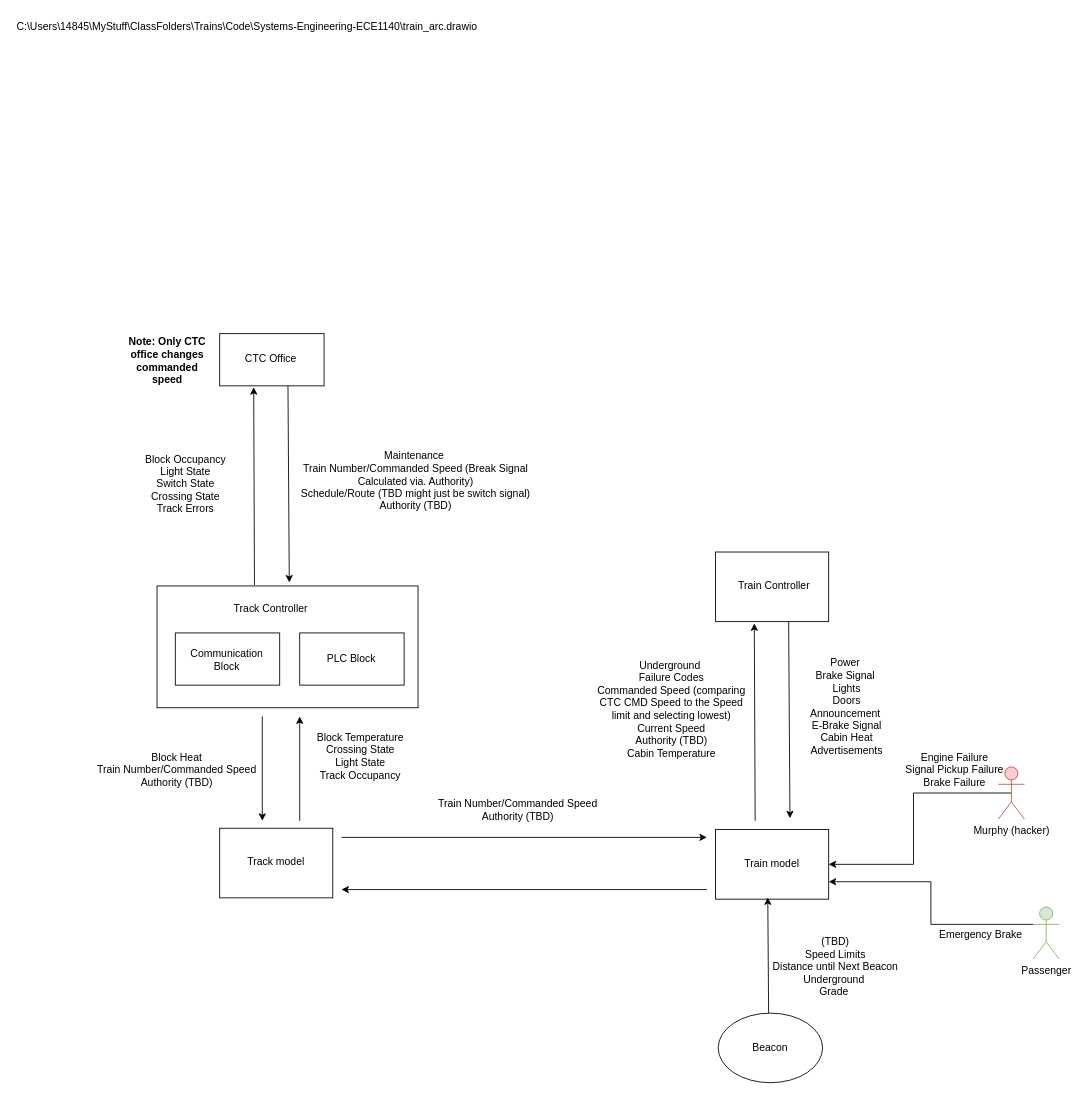
Before: Architecture_Group3.drawio in lao57/Systems-Engineering-ECE1140, a draw.io diagram. Source tidied: cells renumbered, new cells numbered last; positions are measured from the earlier drawing's top-left corner, leaving out a move shared by most shapes. Both pictures are drawn from the tidied source at 87%, with x=0, y=0 at pixel (15, 15).
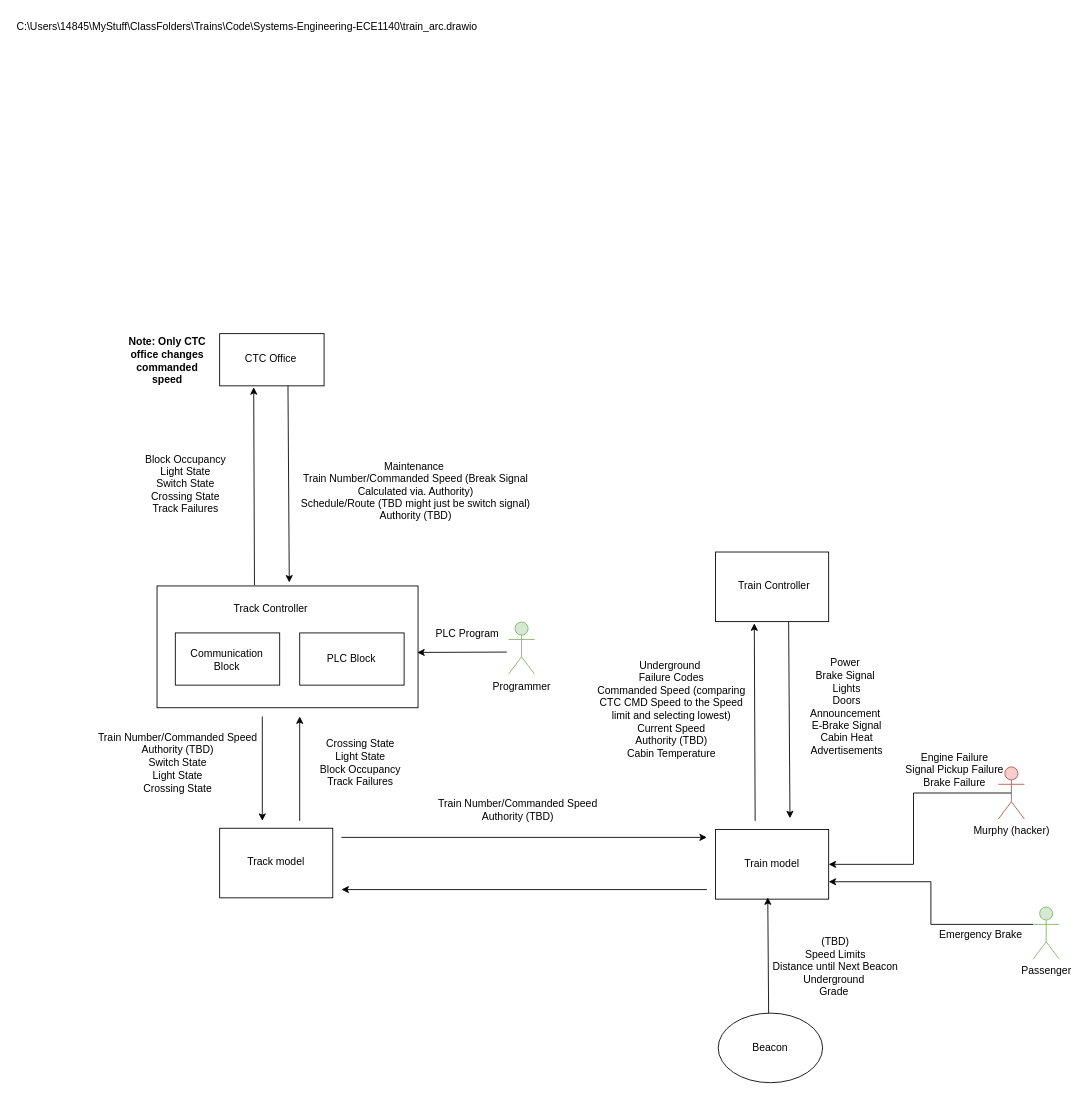
The same page after the edit.

Unchanged cells that the change refers to:
```xml
<mxCell id="4" style="rounded=0;whiteSpace=wrap;html=1;" parent="1" vertex="1">
  <mxGeometry x="163" y="656" width="300" height="140" as="geometry" />
</mxCell>
```

What changed in the source:
```diff
@@
     <mxCell id="31" value="Maintenance&amp;nbsp;&lt;div&gt;Train Number/Commanded Speed (Break Signal Calculated via. Authority)&lt;/div&gt;&lt;div&gt;Schedule/Route (TBD might just be switch signal)&lt;/div&gt;&lt;div&gt;Authority (TBD)&lt;/div&gt;&lt;div&gt;&lt;br&gt;&lt;/div&gt;&lt;div&gt;&lt;br&gt;&lt;/div&gt;&lt;div&gt;&lt;br&gt;&lt;/div&gt;&lt;div&gt;&lt;br&gt;&lt;/div&gt;" style="text;html=1;align=center;verticalAlign=middle;whiteSpace=wrap;rounded=0;" parent="1" vertex="1">
-      <mxGeometry x="324" y="451" width="273" height="226" as="geometry" />
+      <mxGeometry x="324" y="463" width="273" height="226" as="geometry" />
     </mxCell>
-    <mxCell id="32" value="Block Occupancy&lt;div&gt;Light State&lt;/div&gt;&lt;div&gt;Switch State&lt;/div&gt;&lt;div&gt;Crossing State&lt;/div&gt;&lt;div&gt;Track Errors&lt;/div&gt;" style="text;html=1;align=center;verticalAlign=middle;whiteSpace=wrap;rounded=0;" parent="1" vertex="1">
+    <mxCell id="32" value="Block Occupancy&lt;div&gt;Light State&lt;/div&gt;&lt;div&gt;Switch State&lt;/div&gt;&lt;div&gt;Crossing State&lt;/div&gt;&lt;div&gt;Track Failures&lt;/div&gt;" style="text;html=1;align=center;verticalAlign=middle;whiteSpace=wrap;rounded=0;" parent="1" vertex="1">
       <mxGeometry x="145" y="434" width="102" height="209" as="geometry" />
     </mxCell>
-    <mxCell id="33" value="Block Temperature&lt;div&gt;Crossing State&lt;/div&gt;&lt;div&gt;Light State&lt;/div&gt;&lt;div&gt;Track Occupancy&lt;/div&gt;&lt;div&gt;&lt;br&gt;&lt;/div&gt;" style="text;html=1;align=center;verticalAlign=middle;whiteSpace=wrap;rounded=0;" parent="1" vertex="1">
+    <mxCell id="33" value="&lt;div&gt;Crossing State&lt;/div&gt;&lt;div&gt;Light State&lt;/div&gt;&lt;div&gt;Block Occupancy&lt;/div&gt;&lt;div&gt;Track Failures&lt;/div&gt;" style="text;html=1;align=center;verticalAlign=middle;whiteSpace=wrap;rounded=0;" parent="1" vertex="1">
       <mxGeometry x="331" y="790" width="132" height="137" as="geometry" />
     </mxCell>
-    <mxCell id="34" value="Block Heat&#10;Train Number/Commanded Speed&#10;Authority (TBD)&#10;" style="text;whiteSpace=wrap;align=center;" parent="1" vertex="1">
-      <mxGeometry x="79" y="840" width="214" height="132" as="geometry" />
+    <mxCell id="34" value="Train Number/Commanded Speed&#10;Authority (TBD)&#10;Switch State&#10;Light State&#10;Crossing State&#10;" style="text;whiteSpace=wrap;align=center;" parent="1" vertex="1">
+      <mxGeometry x="80" y="817" width="214" height="132" as="geometry" />
     </mxCell>
@@
+    <mxCell id="42" value="&lt;div&gt;PLC Program&lt;/div&gt;" style="text;html=1;align=center;verticalAlign=middle;whiteSpace=wrap;rounded=0;rotation=0;" parent="1" vertex="1">
+      <mxGeometry x="460" y="699.5" width="120" height="23" as="geometry" />
+    </mxCell>
+    <mxCell id="43" value="Programmer" style="shape=umlActor;verticalLabelPosition=bottom;verticalAlign=top;html=1;fillColor=#d5e8d4;strokeColor=#82b366;" parent="1" vertex="1">
+      <mxGeometry x="567" y="697.5" width="30" height="60" as="geometry" />
+    </mxCell>
+    <mxCell id="44" style="endArrow=classic;html=1;rounded=0;entryX=0.997;entryY=0.546;entryDx=0;entryDy=0;entryPerimeter=0;" parent="1" edge="1" target="4">
+      <mxGeometry relative="1" as="geometry">
+        <mxPoint x="565" y="732" as="sourcePoint" />
+      </mxGeometry>
+    </mxCell>
```
